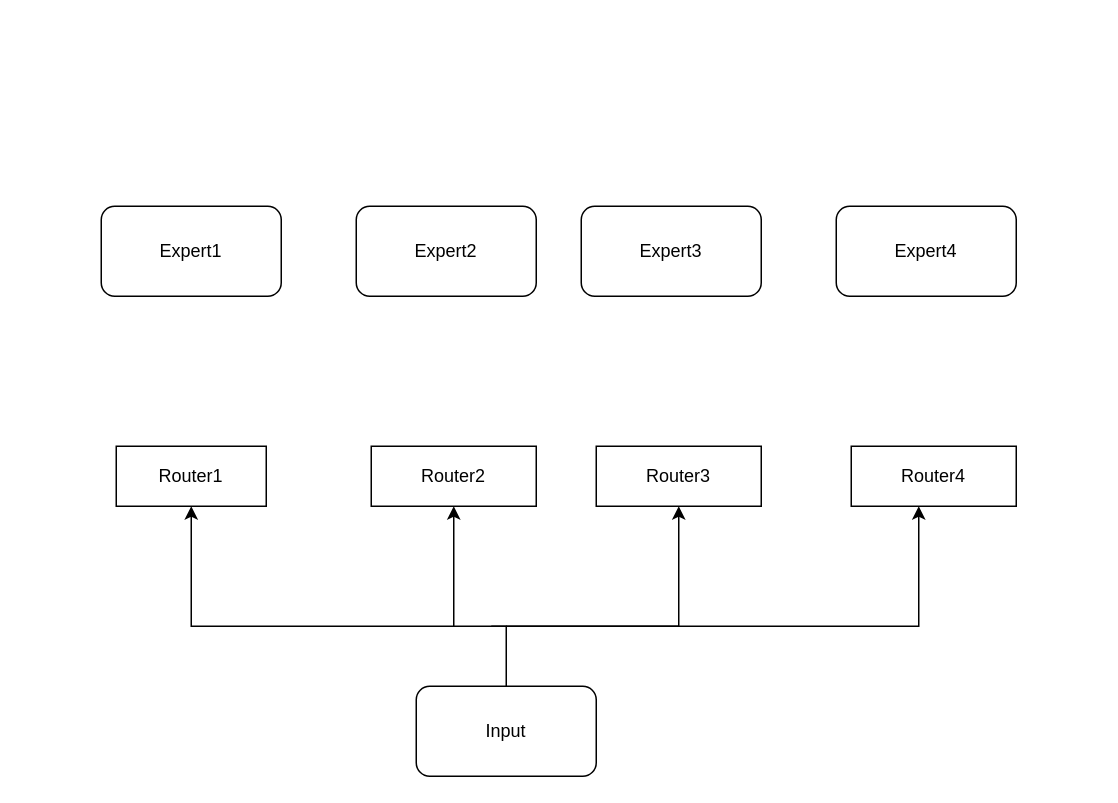
Before: moe plan.drawio in babangain/drawio, a draw.io diagram. Source tidied: cells renumbered, new cells numbered last; positions are measured from the earlier drawing's top-left corner, leaving out a move shared by most shapes. Both pictures are drawn from the tidied source at 150%, with x=0, y=0 at pixel (100, 206).
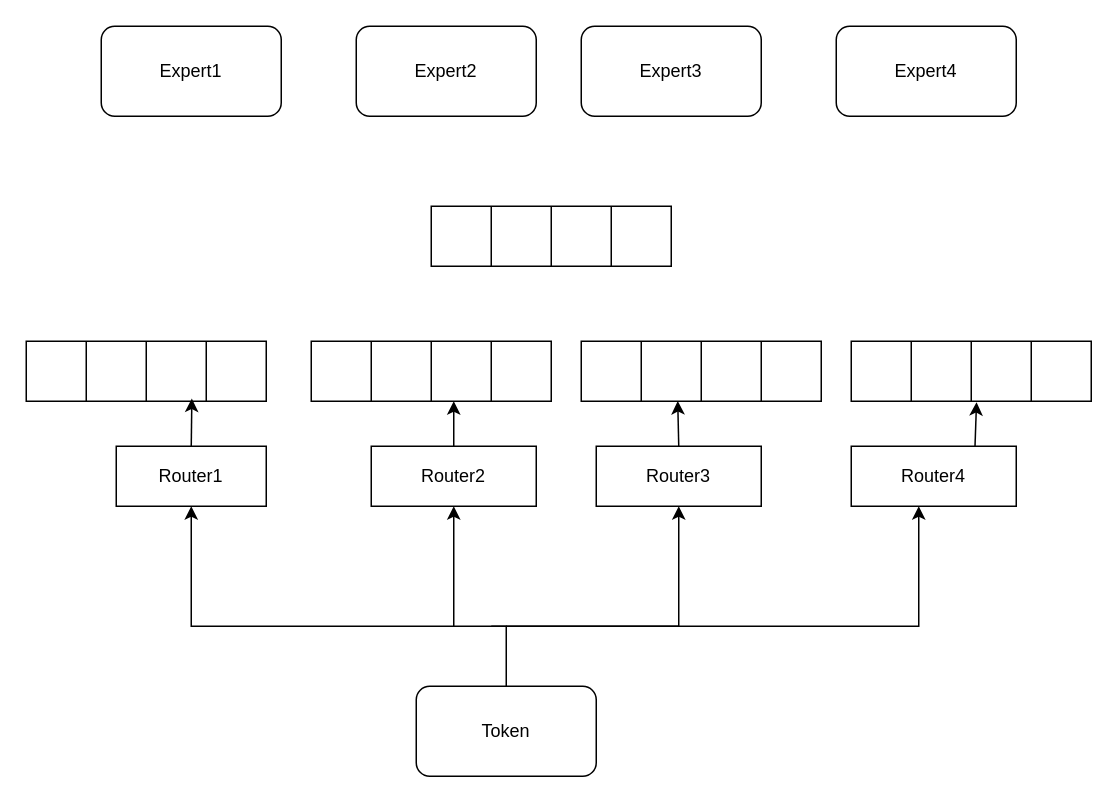
The same page after the edit.

The change refers to these unchanged cells:
```xml
<mxCell id="6" value="Router1" style="rounded=0;whiteSpace=wrap;html=1;" parent="1" vertex="1">
  <mxGeometry x="10" y="160" width="100" height="40" as="geometry" />
</mxCell>
<mxCell id="7" value="Router2" style="rounded=0;whiteSpace=wrap;html=1;" parent="1" vertex="1">
  <mxGeometry x="180" y="160" width="110" height="40" as="geometry" />
</mxCell>
<mxCell id="8" value="Router3" style="rounded=0;whiteSpace=wrap;html=1;" parent="1" vertex="1">
  <mxGeometry x="330" y="160" width="110" height="40" as="geometry" />
</mxCell>
<mxCell id="9" value="Router4" style="rounded=0;whiteSpace=wrap;html=1;" parent="1" vertex="1">
  <mxGeometry x="500" y="160" width="110" height="40" as="geometry" />
</mxCell>
```

Diff of the diagram source:
```diff
@@
     <mxCell id="2" value="Expert1" style="rounded=1;whiteSpace=wrap;html=1;" parent="1" vertex="1">
-      <mxGeometry width="120" height="60" as="geometry" />
+      <mxGeometry y="-120" width="120" height="60" as="geometry" />
     </mxCell>
     <mxCell id="3" value="Expert2" style="rounded=1;whiteSpace=wrap;html=1;" parent="1" vertex="1">
-      <mxGeometry x="170" width="120" height="60" as="geometry" />
+      <mxGeometry x="170" y="-120" width="120" height="60" as="geometry" />
     </mxCell>
     <mxCell id="4" value="Expert3" style="rounded=1;whiteSpace=wrap;html=1;" parent="1" vertex="1">
-      <mxGeometry x="320" width="120" height="60" as="geometry" />
+      <mxGeometry x="320" y="-120" width="120" height="60" as="geometry" />
     </mxCell>
     <mxCell id="5" value="Expert4" style="rounded=1;whiteSpace=wrap;html=1;" parent="1" vertex="1">
-      <mxGeometry x="490" width="120" height="60" as="geometry" />
+      <mxGeometry x="490" y="-120" width="120" height="60" as="geometry" />
     </mxCell>
@@
-    <mxCell id="10" value="Input" style="rounded=1;whiteSpace=wrap;html=1;" parent="1" vertex="1">
+    <mxCell id="10" value="Token" style="rounded=1;whiteSpace=wrap;html=1;" parent="1" vertex="1">
       <mxGeometry x="210" y="320" width="120" height="60" as="geometry" />
     </mxCell>
@@
+    <mxCell id="15" style="shape=table;startSize=0;childLayout=tableLayout;fontSize=16;" parent="1" vertex="1">
+      <mxGeometry x="-50" y="90" width="160" height="40" as="geometry" />
+    </mxCell>
+    <mxCell id="16" style="shape=tableRow;horizontal=0;startSize=0;swimlaneHead=0;swimlaneBody=0;strokeColor=inherit;top=0;left=0;bottom=0;right=0;fillColor=none;points=[[0,0.5],[1,0.5]];portConstraint=eastwest;fontSize=16;" parent="15" vertex="1">
+      <mxGeometry width="160" height="40" as="geometry" />
+    </mxCell>
+    <mxCell id="17" style="shape=partialRectangle;html=1;whiteSpace=wrap;strokeColor=inherit;overflow=hidden;fillColor=none;top=0;left=0;bottom=0;right=0;fontSize=16;" parent="16" vertex="1">
+      <mxGeometry width="40" height="40" as="geometry" />
+    </mxCell>
+    <mxCell id="18" style="shape=partialRectangle;html=1;whiteSpace=wrap;strokeColor=inherit;overflow=hidden;fillColor=none;top=0;left=0;bottom=0;right=0;fontSize=16;" parent="16" vertex="1">
+      <mxGeometry x="40" width="40" height="40" as="geometry" />
+    </mxCell>
+    <mxCell id="19" style="shape=partialRectangle;html=1;whiteSpace=wrap;strokeColor=inherit;overflow=hidden;fillColor=none;top=0;left=0;bottom=0;right=0;fontSize=16;" parent="16" vertex="1">
+      <mxGeometry x="80" width="40" height="40" as="geometry" />
+    </mxCell>
+    <mxCell id="20" style="shape=partialRectangle;html=1;whiteSpace=wrap;strokeColor=inherit;overflow=hidden;fillColor=none;top=0;left=0;bottom=0;right=0;fontSize=16;" parent="16" vertex="1">
+      <mxGeometry x="120" width="40" height="40" as="geometry" />
+    </mxCell>
+    <mxCell id="21" style="shape=table;startSize=0;childLayout=tableLayout;fontSize=16;" parent="1" vertex="1">
+      <mxGeometry x="140" y="90" width="160" height="40" as="geometry" />
+    </mxCell>
+    <mxCell id="22" style="shape=tableRow;horizontal=0;startSize=0;swimlaneHead=0;swimlaneBody=0;strokeColor=inherit;top=0;left=0;bottom=0;right=0;fillColor=none;fontSize=16;" parent="21" vertex="1">
+      <mxGeometry width="160" height="40" as="geometry" />
+    </mxCell>
+    <mxCell id="23" style="shape=partialRectangle;html=1;whiteSpace=wrap;strokeColor=inherit;overflow=hidden;fillColor=none;top=0;left=0;bottom=0;right=0;fontSize=16;" parent="22" vertex="1">
+      <mxGeometry width="40" height="40" as="geometry" />
+    </mxCell>
+    <mxCell id="24" style="shape=partialRectangle;html=1;whiteSpace=wrap;strokeColor=inherit;overflow=hidden;fillColor=none;top=0;left=0;bottom=0;right=0;fontSize=16;" parent="22" vertex="1">
+      <mxGeometry x="40" width="40" height="40" as="geometry" />
+    </mxCell>
+    <mxCell id="25" style="shape=partialRectangle;html=1;whiteSpace=wrap;strokeColor=inherit;overflow=hidden;fillColor=none;top=0;left=0;bottom=0;right=0;fontSize=16;" parent="22" vertex="1">
+      <mxGeometry x="80" width="40" height="40" as="geometry" />
+    </mxCell>
+    <mxCell id="26" style="shape=partialRectangle;html=1;whiteSpace=wrap;strokeColor=inherit;overflow=hidden;fillColor=none;top=0;left=0;bottom=0;right=0;fontSize=16;" parent="22" vertex="1">
+      <mxGeometry x="120" width="40" height="40" as="geometry" />
+    </mxCell>
+    <mxCell id="27" style="shape=table;startSize=0;childLayout=tableLayout;fontSize=16;" parent="1" vertex="1">
+      <mxGeometry x="320" y="90" width="160" height="40" as="geometry" />
+    </mxCell>
+    <mxCell id="28" style="shape=tableRow;horizontal=0;startSize=0;swimlaneHead=0;swimlaneBody=0;strokeColor=inherit;top=0;left=0;bottom=0;right=0;fillColor=none;points=[[0,0.5],[1,0.5]];portConstraint=eastwest;fontSize=16;" parent="27" vertex="1">
+      <mxGeometry width="160" height="40" as="geometry" />
+    </mxCell>
+    <mxCell id="29" style="shape=partialRectangle;html=1;whiteSpace=wrap;strokeColor=inherit;overflow=hidden;fillColor=none;top=0;left=0;bottom=0;right=0;fontSize=16;" parent="28" vertex="1">
+      <mxGeometry width="40" height="40" as="geometry" />
+    </mxCell>
+    <mxCell id="30" style="shape=partialRectangle;html=1;whiteSpace=wrap;strokeColor=inherit;overflow=hidden;fillColor=none;top=0;left=0;bottom=0;right=0;fontSize=16;" parent="28" vertex="1">
+      <mxGeometry x="40" width="40" height="40" as="geometry" />
+    </mxCell>
+    <mxCell id="31" style="shape=partialRectangle;html=1;whiteSpace=wrap;strokeColor=inherit;overflow=hidden;fillColor=none;top=0;left=0;bottom=0;right=0;fontSize=16;" parent="28" vertex="1">
+      <mxGeometry x="80" width="40" height="40" as="geometry" />
+    </mxCell>
+    <mxCell id="32" style="shape=partialRectangle;html=1;whiteSpace=wrap;strokeColor=inherit;overflow=hidden;fillColor=none;top=0;left=0;bottom=0;right=0;fontSize=16;" parent="28" vertex="1">
+      <mxGeometry x="120" width="40" height="40" as="geometry" />
+    </mxCell>
+    <mxCell id="33" style="shape=table;startSize=0;childLayout=tableLayout;fontSize=16;" parent="1" vertex="1">
+      <mxGeometry x="500" y="90" width="160" height="40" as="geometry" />
+    </mxCell>
+    <mxCell id="34" style="shape=tableRow;horizontal=0;startSize=0;swimlaneHead=0;swimlaneBody=0;strokeColor=inherit;top=0;left=0;bottom=0;right=0;fillColor=none;points=[[0,0.5],[1,0.5]];portConstraint=eastwest;fontSize=16;" parent="33" vertex="1">
+      <mxGeometry width="160" height="40" as="geometry" />
+    </mxCell>
+    <mxCell id="35" style="shape=partialRectangle;html=1;whiteSpace=wrap;strokeColor=inherit;overflow=hidden;fillColor=none;top=0;left=0;bottom=0;right=0;fontSize=16;" parent="34" vertex="1">
+      <mxGeometry width="40" height="40" as="geometry" />
+    </mxCell>
+    <mxCell id="36" style="shape=partialRectangle;html=1;whiteSpace=wrap;strokeColor=inherit;overflow=hidden;fillColor=none;top=0;left=0;bottom=0;right=0;fontSize=16;" parent="34" vertex="1">
+      <mxGeometry x="40" width="40" height="40" as="geometry" />
+    </mxCell>
+    <mxCell id="37" style="shape=partialRectangle;html=1;whiteSpace=wrap;strokeColor=inherit;overflow=hidden;fillColor=none;top=0;left=0;bottom=0;right=0;fontSize=16;" parent="34" vertex="1">
+      <mxGeometry x="80" width="40" height="40" as="geometry" />
+    </mxCell>
+    <mxCell id="38" style="shape=partialRectangle;html=1;whiteSpace=wrap;strokeColor=inherit;overflow=hidden;fillColor=none;top=0;left=0;bottom=0;right=0;fontSize=16;" parent="34" vertex="1">
+      <mxGeometry x="120" width="40" height="40" as="geometry" />
+    </mxCell>
+    <mxCell id="39" style="shape=table;startSize=0;childLayout=tableLayout;fontSize=16;" parent="1" vertex="1">
+      <mxGeometry x="220" width="160" height="40" as="geometry" />
+    </mxCell>
+    <mxCell id="40" style="shape=tableRow;horizontal=0;startSize=0;swimlaneHead=0;swimlaneBody=0;strokeColor=inherit;top=0;left=0;bottom=0;right=0;fillColor=none;fontSize=16;" parent="39" vertex="1">
+      <mxGeometry width="160" height="40" as="geometry" />
+    </mxCell>
+    <mxCell id="41" style="shape=partialRectangle;html=1;whiteSpace=wrap;strokeColor=inherit;overflow=hidden;fillColor=none;top=0;left=0;bottom=0;right=0;fontSize=16;" parent="40" vertex="1">
+      <mxGeometry width="40" height="40" as="geometry" />
+    </mxCell>
+    <mxCell id="42" style="shape=partialRectangle;html=1;whiteSpace=wrap;strokeColor=inherit;overflow=hidden;fillColor=none;top=0;left=0;bottom=0;right=0;fontSize=16;" parent="40" vertex="1">
+      <mxGeometry x="40" width="40" height="40" as="geometry" />
+    </mxCell>
+    <mxCell id="43" style="shape=partialRectangle;html=1;whiteSpace=wrap;strokeColor=inherit;overflow=hidden;fillColor=none;top=0;left=0;bottom=0;right=0;fontSize=16;" parent="40" vertex="1">
+      <mxGeometry x="80" width="40" height="40" as="geometry" />
+    </mxCell>
+    <mxCell id="44" style="shape=partialRectangle;html=1;whiteSpace=wrap;strokeColor=inherit;overflow=hidden;fillColor=none;top=0;left=0;bottom=0;right=0;fontSize=16;" parent="40" vertex="1">
+      <mxGeometry x="120" width="40" height="40" as="geometry" />
+    </mxCell>
+    <mxCell id="45" style="endArrow=classic;html=1;rounded=0;exitX=0.5;exitY=0;exitDx=0;exitDy=0;entryX=0.69;entryY=0.955;entryDx=0;entryDy=0;entryPerimeter=0;" parent="1" edge="1" source="6" target="16">
+      <mxGeometry relative="1" as="geometry" />
+    </mxCell>
+    <mxCell id="46" style="endArrow=classic;html=1;rounded=0;exitX=0.5;exitY=0;exitDx=0;exitDy=0;" parent="1" edge="1" source="7">
+      <mxGeometry relative="1" as="geometry">
+        <mxPoint x="235" y="130" as="targetPoint" />
+      </mxGeometry>
+    </mxCell>
+    <mxCell id="47" style="endArrow=classic;html=1;rounded=0;exitX=0.5;exitY=0;exitDx=0;exitDy=0;entryX=0.402;entryY=0.995;entryDx=0;entryDy=0;entryPerimeter=0;" parent="1" edge="1" source="8" target="28">
+      <mxGeometry relative="1" as="geometry" />
+    </mxCell>
+    <mxCell id="48" style="endArrow=classic;html=1;rounded=0;exitX=0.75;exitY=0;exitDx=0;exitDy=0;entryX=0.522;entryY=1.015;entryDx=0;entryDy=0;entryPerimeter=0;" parent="1" edge="1" source="9" target="34">
+      <mxGeometry relative="1" as="geometry" />
+    </mxCell>
```
